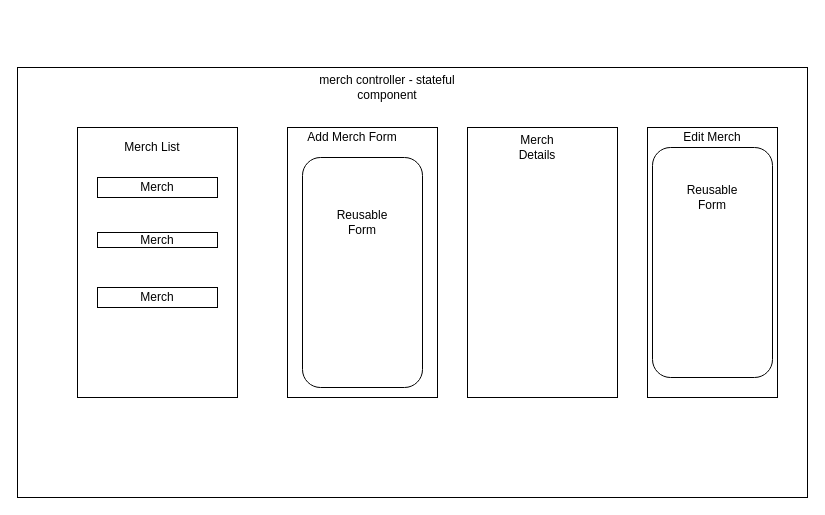
OkilyDokily/merch-site keeps this draw.io diagram as Untitled Diagram.drawio. Above is the earlier version. Source tidied: cells renumbered, new cells numbered last; positions are measured from the earlier drawing's top-left corner, leaving out a move shared by most shapes. Both pictures are drawn from the tidied source at 100%, with x=0, y=0 at pixel (17, 67).
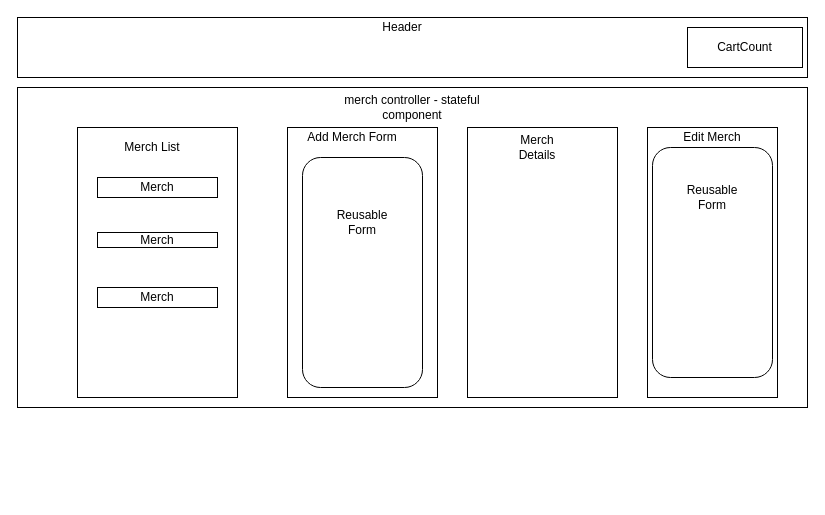
After the change.

What changed in the source:
```diff
@@
     <mxCell id="2" style="rounded=0;whiteSpace=wrap;html=1;" parent="1" vertex="1">
-      <mxGeometry width="790" height="430" as="geometry" />
+      <mxGeometry y="20" width="790" height="320" as="geometry" />
     </mxCell>
     <mxCell id="3" value="merch controller - stateful component" style="text;html=1;strokeColor=none;fillColor=none;align=center;verticalAlign=middle;whiteSpace=wrap;rounded=0;" parent="1" vertex="1">
-      <mxGeometry x="290" y="10" width="160" height="20" as="geometry" />
+      <mxGeometry x="315" y="30" width="160" height="20" as="geometry" />
     </mxCell>
@@
+    <mxCell id="19" style="rounded=0;whiteSpace=wrap;html=1;" parent="1" vertex="1">
+      <mxGeometry y="-50" width="790" height="60" as="geometry" />
+    </mxCell>
+    <mxCell id="20" value="Header" style="text;html=1;strokeColor=none;fillColor=none;align=center;verticalAlign=middle;whiteSpace=wrap;rounded=0;" parent="1" vertex="1">
+      <mxGeometry x="315" y="-50" width="140" height="20" as="geometry" />
+    </mxCell>
+    <mxCell id="21" value="CartCount" style="rounded=0;whiteSpace=wrap;html=1;" parent="1" vertex="1">
+      <mxGeometry x="670" y="-40" width="115" height="40" as="geometry" />
+    </mxCell>
```
